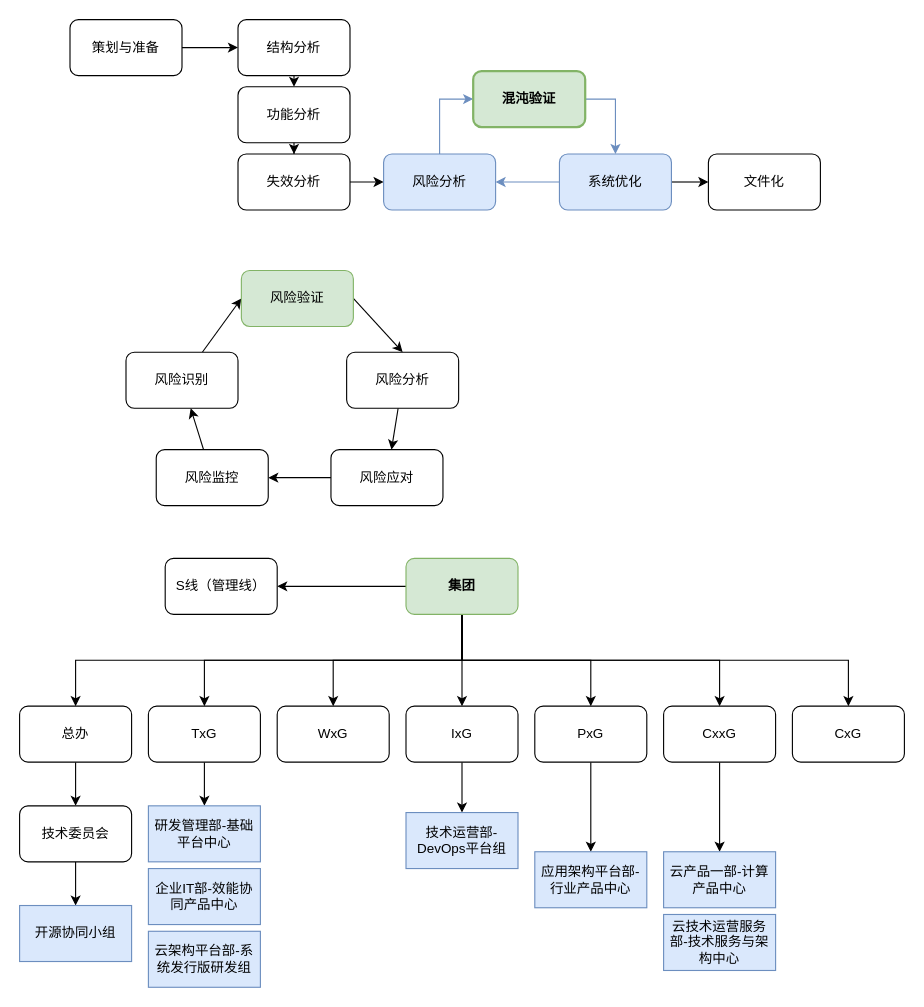
89ao/rss2cubox keeps this draw.io diagram as 混沌驱动FMEA的改进飞轮.drawio. Above is the earlier version. Source tidied: cells renumbered, new cells numbered last; positions are measured from the earlier drawing's top-left corner, leaving out a move shared by most shapes. Both pictures are drawn from the tidied source at 112%, with x=0, y=0 at pixel (19, 19).
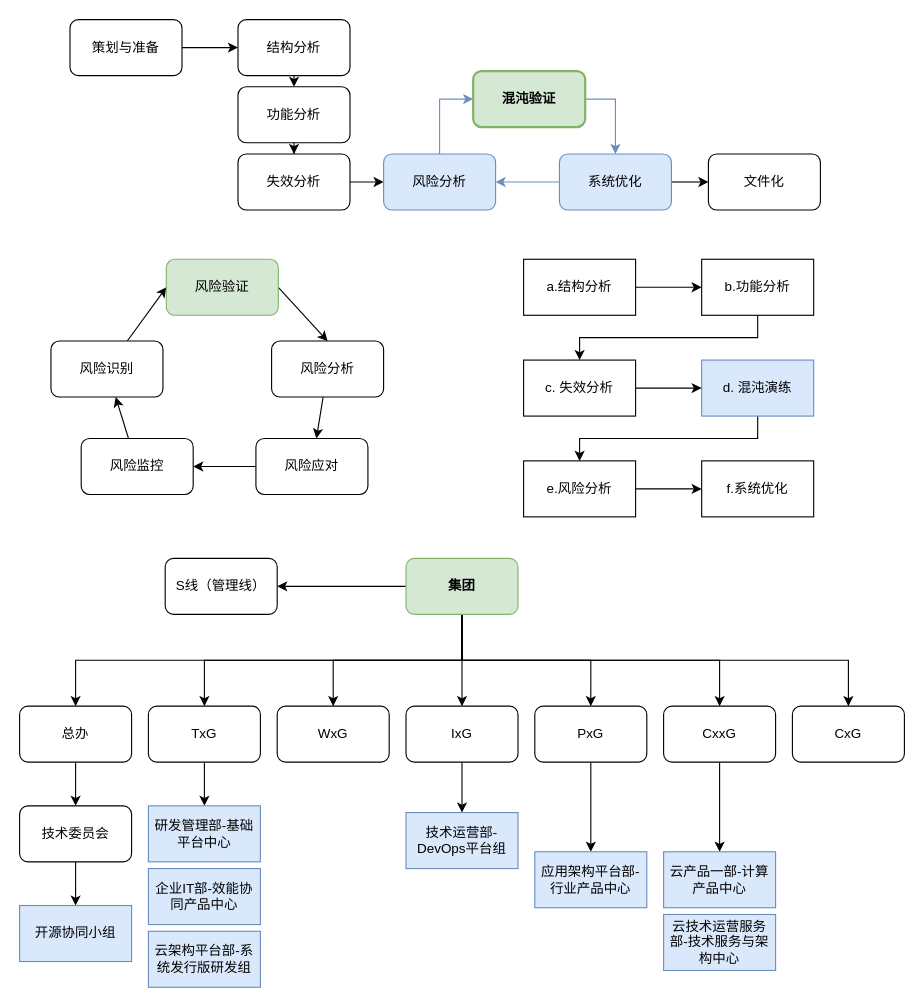
Above is the later version.

Commit message:
更新混沌驱动FMEA的改进飞轮.drawio

Change to the diagram source:
```diff
@@
     <mxCell id="19" value="风险识别" style="rounded=1;whiteSpace=wrap;html=1;" parent="1" vertex="1">
-      <mxGeometry x="95" y="297" width="100" height="50" as="geometry" />
+      <mxGeometry x="28" y="287" width="100" height="50" as="geometry" />
     </mxCell>
@@
     <mxCell id="21" value="风险分析" style="rounded=1;whiteSpace=wrap;html=1;" parent="1" vertex="1">
-      <mxGeometry x="292" y="297" width="100" height="50" as="geometry" />
+      <mxGeometry x="225" y="287" width="100" height="50" as="geometry" />
     </mxCell>
@@
     <mxCell id="23" value="风险应对" style="rounded=1;whiteSpace=wrap;html=1;" parent="1" vertex="1">
-      <mxGeometry x="278" y="384" width="100" height="50" as="geometry" />
+      <mxGeometry x="211" y="374" width="100" height="50" as="geometry" />
     </mxCell>
@@
     <mxCell id="25" value="风险监控" style="rounded=1;whiteSpace=wrap;html=1;" parent="1" vertex="1">
-      <mxGeometry x="122" y="384" width="100" height="50" as="geometry" />
+      <mxGeometry x="55" y="374" width="100" height="50" as="geometry" />
     </mxCell>
@@
     <mxCell id="27" value="风险验证" style="rounded=1;whiteSpace=wrap;html=1;fillColor=#d5e8d4;strokeColor=#82b366;" parent="1" vertex="1">
-      <mxGeometry x="198" y="224" width="100" height="50" as="geometry" />
+      <mxGeometry x="131" y="214" width="100" height="50" as="geometry" />
     </mxCell>
@@
+    <mxCell id="60" style="edgeStyle=orthogonalEdgeStyle;rounded=0;jettySize=auto;html=1;" parent="1" edge="1" source="61" target="63">
+      <mxGeometry relative="1" as="geometry" />
+    </mxCell>
+    <mxCell id="61" value="a.结构分析" style="rounded=0;whiteSpace=wrap;html=1;" parent="1" vertex="1">
+      <mxGeometry x="450" y="214" width="100" height="50" as="geometry" />
+    </mxCell>
+    <mxCell id="62" style="edgeStyle=orthogonalEdgeStyle;rounded=0;jettySize=auto;html=1;entryX=0.5;entryY=0;entryDx=0;entryDy=0;exitX=0.5;exitY=1;exitDx=0;exitDy=0;" parent="1" edge="1" source="63" target="67">
+      <mxGeometry relative="1" as="geometry" />
+    </mxCell>
+    <mxCell id="63" value="b.功能分析" style="rounded=0;whiteSpace=wrap;html=1;" parent="1" vertex="1">
+      <mxGeometry x="609" y="214" width="100" height="50" as="geometry" />
+    </mxCell>
+    <mxCell id="64" style="edgeStyle=orthogonalEdgeStyle;rounded=0;jettySize=auto;html=1;exitX=0.5;exitY=1;exitDx=0;exitDy=0;entryX=0.5;entryY=0;entryDx=0;entryDy=0;" parent="1" edge="1" source="65" target="69">
+      <mxGeometry relative="1" as="geometry" />
+    </mxCell>
+    <mxCell id="65" value="d. 混沌演练" style="rounded=0;whiteSpace=wrap;html=1;fillColor=#dae8fc;strokeColor=#6c8ebf;" parent="1" vertex="1">
+      <mxGeometry x="609" y="304" width="100" height="50" as="geometry" />
+    </mxCell>
+    <mxCell id="66" style="edgeStyle=orthogonalEdgeStyle;rounded=0;jettySize=auto;html=1;exitX=1;exitY=0.5;exitDx=0;exitDy=0;" parent="1" edge="1" source="67" target="65">
+      <mxGeometry relative="1" as="geometry" />
+    </mxCell>
+    <mxCell id="67" value="c. 失效分析" style="rounded=0;whiteSpace=wrap;html=1;" parent="1" vertex="1">
+      <mxGeometry x="450" y="304" width="100" height="50" as="geometry" />
+    </mxCell>
+    <mxCell id="68" style="edgeStyle=orthogonalEdgeStyle;rounded=0;jettySize=auto;html=1;exitX=1;exitY=0.5;exitDx=0;exitDy=0;" parent="1" edge="1" source="69" target="70">
+      <mxGeometry relative="1" as="geometry" />
+    </mxCell>
+    <mxCell id="69" value="e.风险分析" style="rounded=0;whiteSpace=wrap;html=1;" parent="1" vertex="1">
+      <mxGeometry x="450" y="394" width="100" height="50" as="geometry" />
+    </mxCell>
+    <mxCell id="70" value="f.系统优化" style="rounded=0;whiteSpace=wrap;html=1;" parent="1" vertex="1">
+      <mxGeometry x="609" y="394" width="100" height="50" as="geometry" />
+    </mxCell>
```
